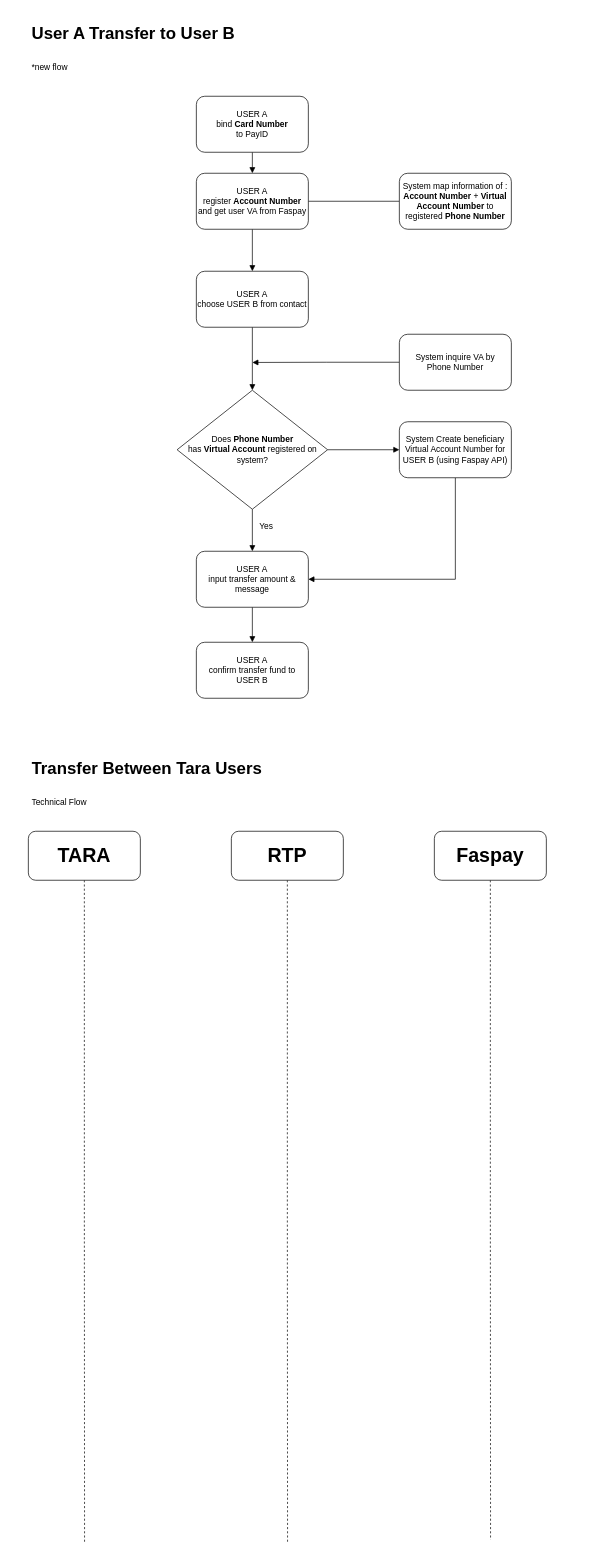
Earlier version of the draw.io diagram Transfer Flow.drawio (stephendaniel31/draw.io). Source tidied: cells renumbered, new cells numbered last; positions are measured from the earlier drawing's top-left corner, leaving out a move shared by most shapes. Both pictures are drawn from the tidied source at 70%, with x=0, y=0 at pixel (28, 19).
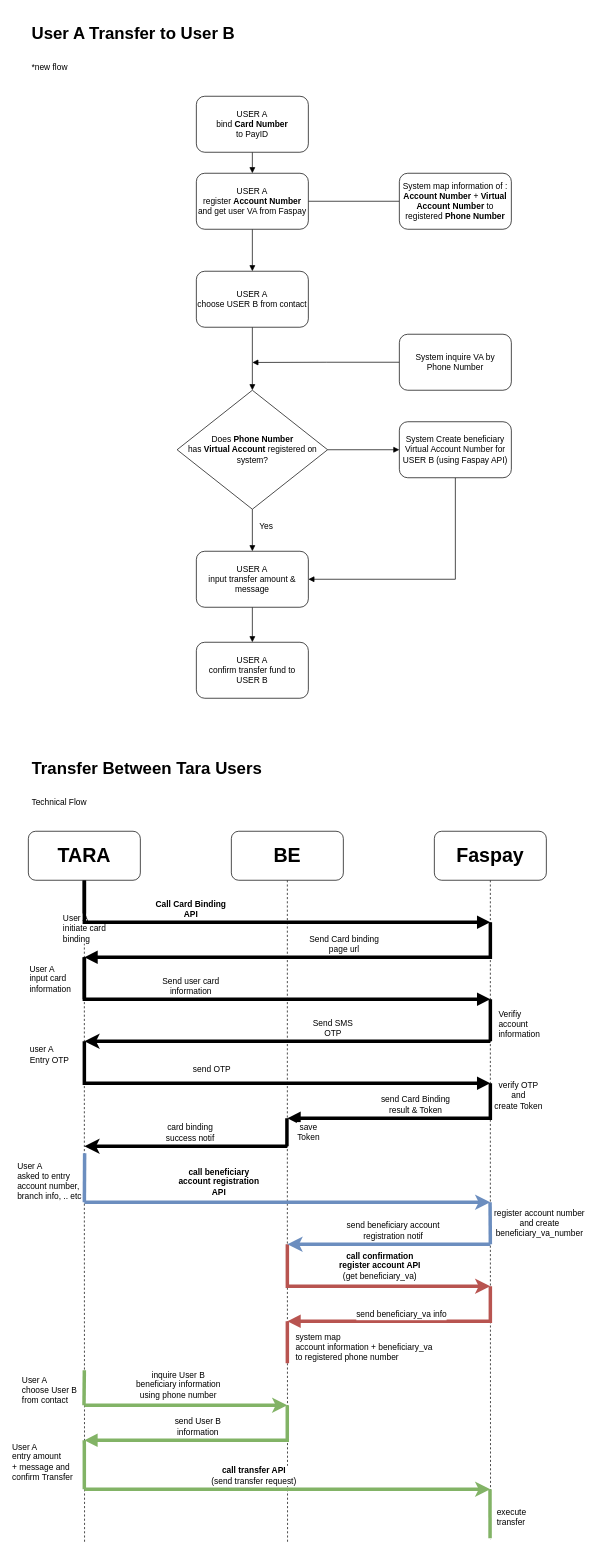
The same page after the edit.

The change refers to these unchanged cells:
```xml
<mxCell id="24" value="TARA" style="rounded=1;whiteSpace=wrap;html=1;fontSize=28;fontStyle=1;" parent="1" vertex="1">
  <mxGeometry y="1160" width="160" height="70" as="geometry" />
</mxCell>
```

Change to the diagram source:
```diff
@@
+    <mxCell id="29" value="&lt;div style=&quot;text-align: left ; font-size: 12px&quot;&gt;&lt;font style=&quot;font-size: 12px&quot;&gt;User A&lt;/font&gt;&lt;/div&gt;&lt;div style=&quot;text-align: left ; font-size: 12px&quot;&gt;&lt;font style=&quot;font-size: 12px&quot;&gt;initiate card&lt;/font&gt;&lt;/div&gt;&lt;div style=&quot;text-align: left ; font-size: 12px&quot;&gt;&lt;font style=&quot;font-size: 12px&quot;&gt;binding&lt;/font&gt;&lt;/div&gt;" style="edgeStyle=orthogonalEdgeStyle;rounded=0;jettySize=auto;html=1;exitX=0.5;exitY=1;exitDx=0;exitDy=0;fontSize=28;endArrow=none;endFill=0;strokeWidth=5;" parent="1" edge="1" source="24">
+      <mxGeometry y="-40" relative="1" as="geometry">
+        <mxPoint x="80" y="1290" as="targetPoint" />
+        <mxPoint y="-1" as="offset" />
+      </mxGeometry>
+    </mxCell>
+    <mxCell id="30" style="edgeStyle=orthogonalEdgeStyle;rounded=0;jettySize=auto;html=1;exitX=0.5;exitY=1;exitDx=0;exitDy=0;fontSize=12;endArrow=block;endFill=1;strokeWidth=5;" parent="1" edge="1" source="24">
+      <mxGeometry relative="1" as="geometry">
+        <mxPoint x="660" y="1290" as="targetPoint" />
+        <Array as="points">
+          <mxPoint x="80" y="1290" />
+        </Array>
+      </mxGeometry>
+    </mxCell>
+    <mxCell id="31" value="&lt;b&gt;Call Card Binding&lt;br&gt;API&lt;/b&gt;" style="edgeLabel;html=1;align=center;verticalAlign=middle;fontSize=12;" parent="30" vertex="1">
+      <mxGeometry x="-0.41" y="1" relative="1" as="geometry">
+        <mxPoint x="22" y="-19" as="offset" />
+      </mxGeometry>
+    </mxCell>
@@
-    <mxCell id="26" value="RTP" style="rounded=1;whiteSpace=wrap;html=1;fontSize=28;fontStyle=1;" parent="1" vertex="1">
+    <mxCell id="26" value="BE" style="rounded=1;whiteSpace=wrap;html=1;fontSize=28;fontStyle=1;" parent="1" vertex="1">
       <mxGeometry x="290" y="1160" width="160" height="70" as="geometry" />
     </mxCell>
@@
+    <mxCell id="32" style="edgeStyle=orthogonalEdgeStyle;rounded=0;orthogonalLoop=1;jettySize=auto;html=1;fontSize=12;endArrow=block;endFill=1;strokeWidth=5;" parent="1" edge="1">
+      <mxGeometry relative="1" as="geometry">
+        <mxPoint x="660" y="1290" as="sourcePoint" />
+        <mxPoint x="80" y="1340" as="targetPoint" />
+        <Array as="points">
+          <mxPoint x="660" y="1340" />
+        </Array>
+      </mxGeometry>
+    </mxCell>
@@
+    <mxCell id="33" value="Send Card binding&lt;br&gt;page url" style="edgeLabel;html=1;align=center;verticalAlign=middle;fontSize=12;" parent="1" vertex="1">
+      <mxGeometry x="450" y="1320" as="geometry" />
+    </mxCell>
+    <mxCell id="34" style="endArrow=none;html=1;rounded=0;fontSize=12;strokeWidth=5;" parent="1" edge="1">
+      <mxGeometry relative="1" as="geometry">
+        <mxPoint x="80" y="1400" as="sourcePoint" />
+        <mxPoint x="80" y="1340" as="targetPoint" />
+      </mxGeometry>
+    </mxCell>
+    <mxCell id="35" value="User A&lt;br&gt;input card&lt;br&gt;information" style="edgeLabel;html=1;align=left;verticalAlign=middle;fontSize=12;" parent="34" vertex="1">
+      <mxGeometry x="-0.38" relative="1" as="geometry">
+        <mxPoint x="-80" y="-11" as="offset" />
+      </mxGeometry>
+    </mxCell>
+    <mxCell id="36" style="edgeStyle=orthogonalEdgeStyle;rounded=0;orthogonalLoop=1;jettySize=auto;html=1;exitX=0.5;exitY=1;exitDx=0;exitDy=0;fontSize=12;endArrow=block;endFill=1;strokeWidth=5;" parent="1" edge="1">
+      <mxGeometry relative="1" as="geometry">
+        <mxPoint x="80" y="1340" as="sourcePoint" />
+        <mxPoint x="660" y="1400" as="targetPoint" />
+        <Array as="points">
+          <mxPoint x="80" y="1400" />
+        </Array>
+      </mxGeometry>
+    </mxCell>
+    <mxCell id="37" value="Send user card&lt;br&gt;information" style="edgeLabel;html=1;align=center;verticalAlign=middle;fontSize=12;" parent="36" vertex="1">
+      <mxGeometry x="-0.41" y="1" relative="1" as="geometry">
+        <mxPoint x="22" y="-19" as="offset" />
+      </mxGeometry>
+    </mxCell>
+    <mxCell id="38" value="Verifiy&lt;br&gt;account&lt;br&gt;information" style="endArrow=none;html=1;rounded=0;fontSize=12;strokeWidth=5;align=left;" parent="1" edge="1">
+      <mxGeometry x="-0.2" y="-10" relative="1" as="geometry">
+        <mxPoint x="660" y="1460" as="sourcePoint" />
+        <mxPoint x="660" y="1400" as="targetPoint" />
+      </mxGeometry>
+    </mxCell>
+    <mxCell id="39" style="endArrow=classic;html=1;rounded=0;fontSize=12;strokeWidth=5;" parent="1" edge="1">
+      <mxGeometry relative="1" as="geometry">
+        <mxPoint x="660" y="1460" as="sourcePoint" />
+        <mxPoint x="80" y="1460" as="targetPoint" />
+      </mxGeometry>
+    </mxCell>
+    <mxCell id="40" value="Send SMS&lt;br&gt;OTP" style="edgeLabel;html=1;align=center;verticalAlign=middle;fontSize=12;" parent="39" vertex="1">
+      <mxGeometry x="-0.22" y="-2" relative="1" as="geometry">
+        <mxPoint y="-18" as="offset" />
+      </mxGeometry>
+    </mxCell>
+    <mxCell id="41" value="&lt;div style=&quot;text-align: left&quot;&gt;user A&lt;/div&gt;&lt;div style=&quot;text-align: left&quot;&gt;Entry OTP&lt;/div&gt;" style="edgeStyle=orthogonalEdgeStyle;rounded=0;orthogonalLoop=1;jettySize=auto;html=1;exitX=0.5;exitY=1;exitDx=0;exitDy=0;fontSize=12;endArrow=block;endFill=1;strokeWidth=5;" parent="1" edge="1">
+      <mxGeometry x="-0.94" y="-50" relative="1" as="geometry">
+        <mxPoint x="80" y="1460" as="sourcePoint" />
+        <mxPoint x="660" y="1520" as="targetPoint" />
+        <Array as="points">
+          <mxPoint x="80" y="1520" />
+        </Array>
+      </mxGeometry>
+    </mxCell>
+    <mxCell id="42" value="send OTP" style="edgeLabel;html=1;align=center;verticalAlign=middle;fontSize=12;" parent="41" vertex="1">
+      <mxGeometry x="-0.41" y="1" relative="1" as="geometry">
+        <mxPoint x="52" y="-19" as="offset" />
+      </mxGeometry>
+    </mxCell>
+    <mxCell id="43" value="verify OTP&lt;br&gt;and&lt;br&gt;create Token" style="edgeStyle=orthogonalEdgeStyle;rounded=0;orthogonalLoop=1;jettySize=auto;html=1;fontSize=12;endArrow=block;endFill=1;strokeWidth=5;" parent="1" edge="1">
+      <mxGeometry x="-0.9" y="40" relative="1" as="geometry">
+        <mxPoint x="660" y="1520" as="sourcePoint" />
+        <mxPoint x="370" y="1570" as="targetPoint" />
+        <Array as="points">
+          <mxPoint x="660" y="1570" />
+        </Array>
+        <mxPoint y="1" as="offset" />
+      </mxGeometry>
+    </mxCell>
+    <mxCell id="44" value="send Card Binding&lt;br&gt;result &amp;amp; Token" style="edgeLabel;html=1;align=center;verticalAlign=middle;fontSize=12;" parent="43" vertex="1">
+      <mxGeometry x="-0.11" y="5" relative="1" as="geometry">
+        <mxPoint x="-7" y="-25" as="offset" />
+      </mxGeometry>
+    </mxCell>
+    <mxCell id="45" value="save&lt;br&gt;Token" style="endArrow=none;html=1;rounded=0;fontSize=12;strokeWidth=5;" parent="1" edge="1">
+      <mxGeometry y="-31" relative="1" as="geometry">
+        <mxPoint x="369.4" y="1610" as="sourcePoint" />
+        <mxPoint x="369.4" y="1570" as="targetPoint" />
+      </mxGeometry>
+    </mxCell>
+    <mxCell id="46" value="&lt;div style=&quot;text-align: left&quot;&gt;User A&lt;/div&gt;&lt;div style=&quot;text-align: left&quot;&gt;asked to entry&lt;/div&gt;&lt;div style=&quot;text-align: left&quot;&gt;account number,&lt;/div&gt;&lt;div style=&quot;text-align: left&quot;&gt;branch info, .. etc&lt;/div&gt;" style="endArrow=none;html=1;rounded=0;fontSize=12;strokeWidth=5;fillColor=#dae8fc;strokeColor=#6c8ebf;" parent="1" edge="1">
+      <mxGeometry x="-0.15" y="50" relative="1" as="geometry">
+        <mxPoint x="80" y="1690" as="sourcePoint" />
+        <mxPoint x="80.4" y="1620" as="targetPoint" />
+      </mxGeometry>
+    </mxCell>
+    <mxCell id="47" style="endArrow=classic;html=1;rounded=0;fontSize=12;strokeWidth=5;fillColor=#dae8fc;strokeColor=#6c8ebf;" parent="1" edge="1">
+      <mxGeometry relative="1" as="geometry">
+        <mxPoint x="80" y="1690" as="sourcePoint" />
+        <mxPoint x="660" y="1690" as="targetPoint" />
+      </mxGeometry>
+    </mxCell>
+    <mxCell id="48" value="call beneficiary&lt;br&gt;account registration&lt;br&gt;API" style="edgeLabel;html=1;align=center;verticalAlign=middle;fontSize=12;fontStyle=1;" parent="47" vertex="1">
+      <mxGeometry x="-0.26" y="1" relative="1" as="geometry">
+        <mxPoint x="-24" y="-29" as="offset" />
+      </mxGeometry>
+    </mxCell>
+    <mxCell id="49" value="system map&lt;br&gt;account information + beneficiary_va&lt;br&gt;to registered phone number" style="endArrow=none;html=1;rounded=0;fontSize=12;strokeWidth=5;align=left;fillColor=#f8cecc;strokeColor=#b85450;" parent="1" edge="1">
+      <mxGeometry x="-0.25" y="-10" relative="1" as="geometry">
+        <mxPoint x="370" y="1920" as="sourcePoint" />
+        <mxPoint x="370" y="1860" as="targetPoint" />
+      </mxGeometry>
+    </mxCell>
+    <mxCell id="50" value="register account number&lt;br&gt;and create&lt;br&gt;beneficiary_va_number" style="endArrow=none;html=1;rounded=0;fontSize=12;strokeWidth=5;fillColor=#dae8fc;strokeColor=#6c8ebf;" parent="1" edge="1">
+      <mxGeometry x="-0.01" y="-70" relative="1" as="geometry">
+        <mxPoint x="660" y="1750" as="sourcePoint" />
+        <mxPoint x="659.6" y="1690" as="targetPoint" />
+      </mxGeometry>
+    </mxCell>
+    <mxCell id="51" style="endArrow=classic;html=1;rounded=0;fontSize=12;strokeWidth=5;fillColor=#f8cecc;strokeColor=#b85450;" parent="1" edge="1">
+      <mxGeometry relative="1" as="geometry">
+        <mxPoint x="370" y="1750" as="sourcePoint" />
+        <mxPoint x="660" y="1810" as="targetPoint" />
+        <Array as="points">
+          <mxPoint x="370" y="1810" />
+        </Array>
+      </mxGeometry>
+    </mxCell>
+    <mxCell id="52" value="&lt;b&gt;call confirmation&lt;br&gt;register account API&lt;/b&gt;&lt;br&gt;(get beneficiary_va)" style="edgeLabel;html=1;align=center;verticalAlign=middle;fontSize=12;" parent="51" vertex="1">
+      <mxGeometry x="-0.26" y="1" relative="1" as="geometry">
+        <mxPoint x="61" y="-29" as="offset" />
+      </mxGeometry>
+    </mxCell>
+    <mxCell id="53" style="edgeStyle=orthogonalEdgeStyle;rounded=0;orthogonalLoop=1;jettySize=auto;html=1;fontSize=12;endArrow=block;endFill=1;strokeWidth=5;fillColor=#f8cecc;strokeColor=#b85450;" parent="1" edge="1">
+      <mxGeometry x="-0.9" y="40" relative="1" as="geometry">
+        <mxPoint x="660" y="1810" as="sourcePoint" />
+        <mxPoint x="370" y="1860" as="targetPoint" />
+        <Array as="points">
+          <mxPoint x="660" y="1860" />
+        </Array>
+        <mxPoint y="1" as="offset" />
+      </mxGeometry>
+    </mxCell>
+    <mxCell id="54" value="send beneficiary_va info" style="edgeLabel;html=1;align=center;verticalAlign=middle;fontSize=12;" parent="53" vertex="1">
+      <mxGeometry x="-0.11" y="5" relative="1" as="geometry">
+        <mxPoint x="-27" y="-15" as="offset" />
+      </mxGeometry>
+    </mxCell>
+    <mxCell id="55" value="&lt;div style=&quot;text-align: left&quot;&gt;User A&lt;/div&gt;&lt;div style=&quot;text-align: left&quot;&gt;choose User B&lt;br&gt;from contact&lt;/div&gt;" style="endArrow=none;html=1;rounded=0;fontSize=12;strokeWidth=5;fillColor=#d5e8d4;strokeColor=#82b366;" parent="1" edge="1">
+      <mxGeometry x="-0.15" y="50" relative="1" as="geometry">
+        <mxPoint x="79.5" y="1980" as="sourcePoint" />
+        <mxPoint x="80" y="1930" as="targetPoint" />
+      </mxGeometry>
+    </mxCell>
+    <mxCell id="56" style="endArrow=classic;html=1;rounded=0;fontSize=12;strokeWidth=5;fillColor=#d5e8d4;strokeColor=#82b366;" parent="1" edge="1">
+      <mxGeometry relative="1" as="geometry">
+        <mxPoint x="80" y="1980" as="sourcePoint" />
+        <mxPoint x="370" y="1980" as="targetPoint" />
+      </mxGeometry>
+    </mxCell>
+    <mxCell id="57" value="inquire User B&lt;br&gt;beneficiary information&lt;br&gt;using phone number" style="edgeLabel;html=1;align=center;verticalAlign=middle;fontSize=12;" parent="56" vertex="1">
+      <mxGeometry x="-0.26" y="1" relative="1" as="geometry">
+        <mxPoint x="26" y="-29" as="offset" />
+      </mxGeometry>
+    </mxCell>
+    <mxCell id="58" style="edgeStyle=orthogonalEdgeStyle;rounded=0;orthogonalLoop=1;jettySize=auto;html=1;fontSize=12;endArrow=block;endFill=1;strokeWidth=5;fillColor=#d5e8d4;strokeColor=#82b366;" parent="1" edge="1">
+      <mxGeometry x="-0.9" y="40" relative="1" as="geometry">
+        <mxPoint x="369.9" y="1980" as="sourcePoint" />
+        <mxPoint x="79.9" y="2030" as="targetPoint" />
+        <Array as="points">
+          <mxPoint x="369.9" y="2030" />
+        </Array>
+        <mxPoint y="1" as="offset" />
+      </mxGeometry>
+    </mxCell>
+    <mxCell id="59" value="send User B&lt;br&gt;information" style="edgeLabel;html=1;align=center;verticalAlign=middle;fontSize=12;" parent="58" vertex="1">
+      <mxGeometry x="-0.11" y="5" relative="1" as="geometry">
+        <mxPoint x="-27" y="-25" as="offset" />
+      </mxGeometry>
+    </mxCell>
+    <mxCell id="60" value="&lt;div style=&quot;text-align: left&quot;&gt;User A&lt;/div&gt;&lt;div style=&quot;text-align: left&quot;&gt;entry amount&lt;br&gt;+ message and&lt;br&gt;confirm Transfer&lt;/div&gt;" style="endArrow=none;html=1;rounded=0;fontSize=12;strokeWidth=5;fillColor=#d5e8d4;strokeColor=#82b366;" parent="1" edge="1">
+      <mxGeometry x="0.11" y="60" relative="1" as="geometry">
+        <mxPoint x="80" y="2100" as="sourcePoint" />
+        <mxPoint x="79.9" y="2030" as="targetPoint" />
+      </mxGeometry>
+    </mxCell>
+    <mxCell id="61" style="endArrow=classic;html=1;rounded=0;fontSize=12;strokeWidth=5;fillColor=#d5e8d4;strokeColor=#82b366;" parent="1" edge="1">
+      <mxGeometry relative="1" as="geometry">
+        <mxPoint x="80" y="2100" as="sourcePoint" />
+        <mxPoint x="660" y="2100" as="targetPoint" />
+      </mxGeometry>
+    </mxCell>
+    <mxCell id="62" value="&lt;b&gt;call transfer API&lt;/b&gt;&lt;br&gt;(send transfer request)" style="edgeLabel;html=1;align=center;verticalAlign=middle;fontSize=12;" parent="61" vertex="1">
+      <mxGeometry x="-0.26" y="1" relative="1" as="geometry">
+        <mxPoint x="26" y="-19" as="offset" />
+      </mxGeometry>
+    </mxCell>
+    <mxCell id="63" value="&lt;div style=&quot;text-align: left&quot;&gt;execute&lt;/div&gt;&lt;div style=&quot;text-align: left&quot;&gt;transfer&lt;/div&gt;" style="endArrow=none;html=1;rounded=0;fontSize=12;strokeWidth=5;fillColor=#d5e8d4;strokeColor=#82b366;" parent="1" edge="1">
+      <mxGeometry x="-0.14" y="-30" relative="1" as="geometry">
+        <mxPoint x="659.6" y="2170" as="sourcePoint" />
+        <mxPoint x="659.5" y="2100" as="targetPoint" />
+      </mxGeometry>
+    </mxCell>
+    <mxCell id="64" style="endArrow=classic;html=1;rounded=0;fontSize=12;strokeWidth=5;fillColor=#dae8fc;strokeColor=#6c8ebf;" parent="1" edge="1">
+      <mxGeometry relative="1" as="geometry">
+        <mxPoint x="660" y="1750" as="sourcePoint" />
+        <mxPoint x="370" y="1750" as="targetPoint" />
+      </mxGeometry>
+    </mxCell>
+    <mxCell id="65" value="send beneficiary account&lt;br&gt;registration notif" style="edgeLabel;html=1;align=center;verticalAlign=middle;fontSize=12;" parent="64" vertex="1">
+      <mxGeometry x="-0.26" y="1" relative="1" as="geometry">
+        <mxPoint x="-33" y="-21" as="offset" />
+      </mxGeometry>
+    </mxCell>
+    <mxCell id="66" style="endArrow=classic;html=1;rounded=0;fontSize=12;strokeWidth=5;fillColor=#dae8fc;strokeColor=#000000;" parent="1" edge="1">
+      <mxGeometry relative="1" as="geometry">
+        <mxPoint x="370" y="1610" as="sourcePoint" />
+        <mxPoint x="80" y="1610" as="targetPoint" />
+      </mxGeometry>
+    </mxCell>
+    <mxCell id="67" value="card binding&lt;br&gt;success notif" style="edgeLabel;html=1;align=center;verticalAlign=middle;fontSize=12;" parent="66" vertex="1">
+      <mxGeometry x="-0.26" y="1" relative="1" as="geometry">
+        <mxPoint x="-33" y="-21" as="offset" />
+      </mxGeometry>
+    </mxCell>
```
